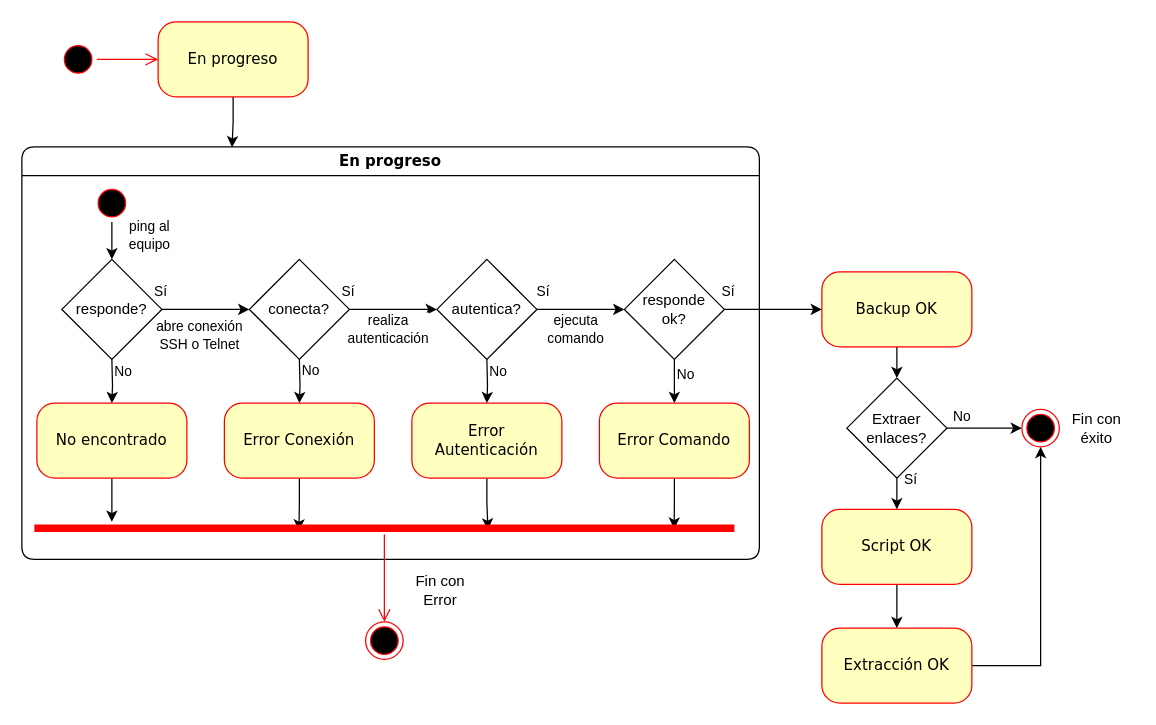
This is conciliation-architecture.drawio from jcperezz/conciliation-docs, a draw.io file, before an edit. Source tidied: cells renumbered, new cells numbered last; positions are measured from the earlier drawing's top-left corner, leaving out a move shared by most shapes. Both pictures are drawn from the tidied source at 125%, with x=0, y=0 at pixel (21, 21).
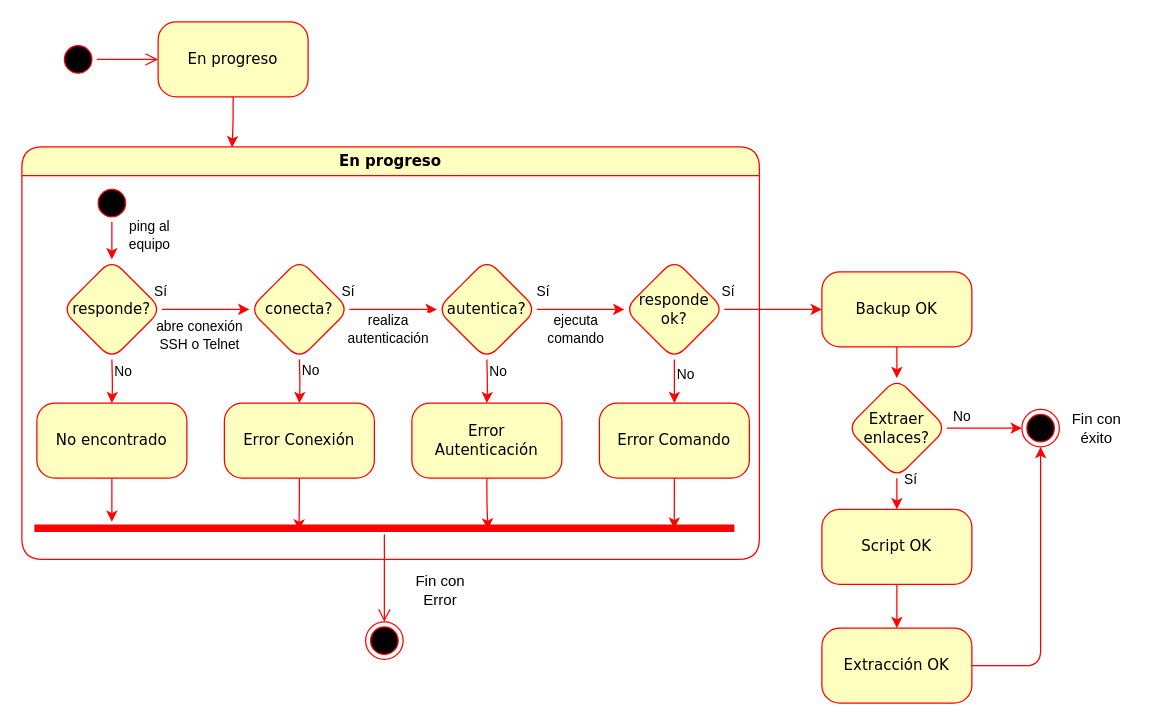
The same diagram, later.

Unchanged cells that the change refers to:
```xml
<mxCell id="2" style="ellipse;html=1;shape=startState;fillColor=#000000;strokeColor=#ff0000;rounded=1;shadow=0;comic=0;labelBackgroundColor=none;fontFamily=Verdana;fontSize=12;fontColor=#000000;align=center;direction=south;" parent="1" vertex="1">
  <mxGeometry x="30" y="15" width="30" height="30" as="geometry" />
</mxCell>
<mxCell id="4" value="Extracción OK" style="rounded=1;whiteSpace=wrap;html=1;arcSize=24;fillColor=#ffffc0;strokeColor=#ff0000;shadow=0;comic=0;labelBackgroundColor=none;fontFamily=Verdana;fontSize=12;fontColor=#000000;align=center;" parent="1" vertex="1">
  <mxGeometry x="640" y="485" width="120" height="60" as="geometry" />
</mxCell>
<mxCell id="6" value="En progreso" style="rounded=1;whiteSpace=wrap;html=1;arcSize=24;fillColor=#ffffc0;strokeColor=#ff0000;shadow=0;comic=0;labelBackgroundColor=none;fontFamily=Verdana;fontSize=12;fontColor=#000000;align=center;" parent="1" vertex="1">
  <mxGeometry x="109" width="120" height="60" as="geometry" />
</mxCell>
<mxCell id="8" value="Backup OK" style="rounded=1;whiteSpace=wrap;html=1;arcSize=24;fillColor=#ffffc0;strokeColor=#ff0000;shadow=0;comic=0;labelBackgroundColor=none;fontFamily=Verdana;fontSize=12;fontColor=#000000;align=center;" parent="1" vertex="1">
  <mxGeometry x="640" y="200" width="120" height="60" as="geometry" />
</mxCell>
<mxCell id="12" style="ellipse;html=1;shape=startState;fillColor=#000000;strokeColor=#ff0000;rounded=1;shadow=0;comic=0;labelBackgroundColor=none;fontFamily=Verdana;fontSize=12;fontColor=#000000;align=center;direction=south;" parent="9" vertex="1">
  <mxGeometry x="57" y="30" width="30" height="30" as="geometry" />
</mxCell>
<mxCell id="35" value="No encontrado" style="rounded=1;whiteSpace=wrap;html=1;arcSize=24;fillColor=#ffffc0;strokeColor=#ff0000;shadow=0;comic=0;labelBackgroundColor=none;fontFamily=Verdana;fontSize=12;fontColor=#000000;align=center;" parent="9" vertex="1">
  <mxGeometry x="12" y="205" width="120" height="60" as="geometry" />
</mxCell>
<mxCell id="37" value="Error Conexión" style="rounded=1;whiteSpace=wrap;html=1;arcSize=24;fillColor=#ffffc0;strokeColor=#ff0000;shadow=0;comic=0;labelBackgroundColor=none;fontFamily=Verdana;fontSize=12;fontColor=#000000;align=center;" parent="9" vertex="1">
  <mxGeometry x="162" y="205" width="120" height="60" as="geometry" />
</mxCell>
<mxCell id="39" value="Error &lt;br&gt;Autenticación" style="rounded=1;whiteSpace=wrap;html=1;arcSize=24;fillColor=#ffffc0;strokeColor=#ff0000;shadow=0;comic=0;labelBackgroundColor=none;fontFamily=Verdana;fontSize=12;fontColor=#000000;align=center;" parent="9" vertex="1">
  <mxGeometry x="312" y="205" width="120" height="60" as="geometry" />
</mxCell>
<mxCell id="41" value="Error Comando" style="rounded=1;whiteSpace=wrap;html=1;arcSize=24;fillColor=#ffffc0;strokeColor=#ff0000;shadow=0;comic=0;labelBackgroundColor=none;fontFamily=Verdana;fontSize=12;fontColor=#000000;align=center;" parent="9" vertex="1">
  <mxGeometry x="462" y="205" width="120" height="60" as="geometry" />
</mxCell>
<mxCell id="42" style="shape=line;html=1;strokeWidth=6;strokeColor=#ff0000;" parent="9" vertex="1">
  <mxGeometry x="10" y="300" width="560" height="10" as="geometry" />
</mxCell>
<mxCell id="45" value="Script OK" style="rounded=1;whiteSpace=wrap;html=1;arcSize=24;fillColor=#ffffc0;strokeColor=#ff0000;shadow=0;comic=0;labelBackgroundColor=none;fontFamily=Verdana;fontSize=12;fontColor=#000000;align=center;" parent="1" vertex="1">
  <mxGeometry x="640" y="390" width="120" height="60" as="geometry" />
</mxCell>
<mxCell id="46" style="ellipse;html=1;shape=endState;fillColor=#000000;strokeColor=#ff0000;rounded=1;shadow=0;comic=0;labelBackgroundColor=none;fontFamily=Verdana;fontSize=12;fontColor=#000000;align=center;" parent="1" vertex="1">
  <mxGeometry x="275" y="480" width="30" height="30" as="geometry" />
</mxCell>
<mxCell id="55" style="ellipse;html=1;shape=endState;fillColor=#000000;strokeColor=#ff0000;rounded=1;shadow=0;comic=0;labelBackgroundColor=none;fontFamily=Verdana;fontSize=12;fontColor=#000000;align=center;" parent="1" vertex="1">
  <mxGeometry x="800" y="310" width="30" height="30" as="geometry" />
</mxCell>
```

The edit, as a diff of the source:
```diff
@@
-    <mxCell id="3" style="edgeStyle=orthogonalEdgeStyle;rounded=0;jettySize=auto;html=1;entryX=0.5;entryY=1;entryDx=0;entryDy=0;" parent="1" edge="1" source="4" target="55">
+    <mxCell id="3" style="edgeStyle=orthogonalEdgeStyle;rounded=1;jettySize=auto;html=1;entryX=0.5;entryY=1;entryDx=0;entryDy=0;fontSize=12;fontFamily=Verdana;fillColor=#ffffc0;strokeColor=#ff0000;fontColor=#000000;arcSize=24;shadow=0;comic=0;labelBackgroundColor=none;" parent="1" edge="1" source="4" target="55">
       <mxGeometry relative="1" as="geometry" />
     </mxCell>
@@
-    <mxCell id="5" style="edgeStyle=orthogonalEdgeStyle;rounded=0;jettySize=auto;html=1;entryX=0.285;entryY=0.001;entryDx=0;entryDy=0;entryPerimeter=0;" parent="1" edge="1" source="6" target="9">
+    <mxCell id="5" style="edgeStyle=orthogonalEdgeStyle;rounded=1;jettySize=auto;html=1;entryX=0.285;entryY=0.001;entryDx=0;entryDy=0;entryPerimeter=0;fontSize=12;fontFamily=Verdana;fillColor=#ffffc0;strokeColor=#ff0000;fontColor=#000000;arcSize=24;shadow=0;comic=0;labelBackgroundColor=none;" parent="1" edge="1" source="6" target="9">
       <mxGeometry relative="1" as="geometry" />
     </mxCell>
@@
-    <mxCell id="7" style="edgeStyle=orthogonalEdgeStyle;rounded=0;jettySize=auto;html=1;" parent="1" edge="1" source="8" target="54">
+    <mxCell id="7" style="edgeStyle=orthogonalEdgeStyle;rounded=1;jettySize=auto;html=1;fontSize=12;fontFamily=Verdana;fillColor=#ffffc0;strokeColor=#ff0000;fontColor=#000000;arcSize=24;shadow=0;comic=0;labelBackgroundColor=none;" parent="1" edge="1" source="8" target="54">
       <mxGeometry relative="1" as="geometry" />
     </mxCell>
@@
-    <mxCell id="9" value="En progreso" style="swimlane;whiteSpace=wrap;html=1;rounded=1;shadow=0;comic=0;labelBackgroundColor=none;strokeWidth=1;fontFamily=Verdana;fontSize=12;align=center;startSize=23;" parent="1" vertex="1">
+    <mxCell id="9" value="En progreso" style="swimlane;whiteSpace=wrap;html=1;rounded=1;shadow=0;comic=0;labelBackgroundColor=none;strokeWidth=1;fontFamily=Verdana;fontSize=12;align=center;startSize=23;fillColor=#ffffc0;strokeColor=#ff0000;fontColor=#000000;arcSize=24;" parent="1" vertex="1">
       <mxGeometry y="100" width="590" height="330" as="geometry" />
     </mxCell>
-    <mxCell id="10" style="edgeStyle=orthogonalEdgeStyle;rounded=0;jettySize=auto;html=1;" parent="9" edge="1" source="12" target="16">
+    <mxCell id="10" style="edgeStyle=orthogonalEdgeStyle;rounded=1;jettySize=auto;html=1;fontSize=12;fontFamily=Verdana;fillColor=#ffffc0;strokeColor=#ff0000;fontColor=#000000;arcSize=24;shadow=0;comic=0;labelBackgroundColor=none;" parent="9" edge="1" source="12" target="16">
       <mxGeometry relative="1" as="geometry" />
     </mxCell>
@@
-    <mxCell id="13" style="edgeStyle=orthogonalEdgeStyle;rounded=0;jettySize=auto;html=1;" parent="9" edge="1" source="16" target="20">
+    <mxCell id="13" style="edgeStyle=orthogonalEdgeStyle;rounded=1;jettySize=auto;html=1;fontSize=12;fontFamily=Verdana;fillColor=#ffffc0;strokeColor=#ff0000;fontColor=#000000;arcSize=24;shadow=0;comic=0;labelBackgroundColor=none;" parent="9" edge="1" source="16" target="20">
       <mxGeometry relative="1" as="geometry" />
     </mxCell>
@@
-    <mxCell id="16" value="responde?" style="rhombus;whiteSpace=wrap;html=1;" parent="9" vertex="1">
+    <mxCell id="16" value="responde?" style="rhombus;whiteSpace=wrap;html=1;fontFamily=Verdana;fillColor=#ffffc0;strokeColor=#ff0000;fontColor=#000000;rounded=1;arcSize=24;shadow=0;comic=0;labelBackgroundColor=none;" parent="9" vertex="1">
       <mxGeometry x="32" y="90" width="80" height="80" as="geometry" />
     </mxCell>
-    <mxCell id="17" style="edgeStyle=orthogonalEdgeStyle;rounded=0;jettySize=auto;html=1;" parent="9" edge="1" source="20" target="24">
+    <mxCell id="17" style="edgeStyle=orthogonalEdgeStyle;rounded=1;jettySize=auto;html=1;fontSize=12;fontFamily=Verdana;fillColor=#ffffc0;strokeColor=#ff0000;fontColor=#000000;arcSize=24;shadow=0;comic=0;labelBackgroundColor=none;" parent="9" edge="1" source="20" target="24">
       <mxGeometry relative="1" as="geometry" />
     </mxCell>
@@
-    <mxCell id="20" value="conecta?" style="rhombus;whiteSpace=wrap;html=1;" parent="9" vertex="1">
+    <mxCell id="20" value="conecta?" style="rhombus;whiteSpace=wrap;html=1;fontFamily=Verdana;fillColor=#ffffc0;strokeColor=#ff0000;fontColor=#000000;rounded=1;arcSize=24;shadow=0;comic=0;labelBackgroundColor=none;" parent="9" vertex="1">
       <mxGeometry x="182" y="90" width="80" height="80" as="geometry" />
     </mxCell>
-    <mxCell id="21" style="edgeStyle=orthogonalEdgeStyle;rounded=0;jettySize=auto;html=1;" parent="9" edge="1" source="24" target="27">
+    <mxCell id="21" style="edgeStyle=orthogonalEdgeStyle;rounded=1;jettySize=auto;html=1;fontSize=12;fontFamily=Verdana;fillColor=#ffffc0;strokeColor=#ff0000;fontColor=#000000;arcSize=24;shadow=0;comic=0;labelBackgroundColor=none;" parent="9" edge="1" source="24" target="27">
       <mxGeometry relative="1" as="geometry" />
     </mxCell>
@@
-    <mxCell id="24" value="autentica?" style="rhombus;whiteSpace=wrap;html=1;" parent="9" vertex="1">
+    <mxCell id="24" value="autentica?" style="rhombus;whiteSpace=wrap;html=1;fontFamily=Verdana;fillColor=#ffffc0;strokeColor=#ff0000;fontColor=#000000;rounded=1;arcSize=24;shadow=0;comic=0;labelBackgroundColor=none;" parent="9" vertex="1">
       <mxGeometry x="332" y="90" width="80" height="80" as="geometry" />
     </mxCell>
-    <mxCell id="25" style="edgeStyle=orthogonalEdgeStyle;rounded=0;jettySize=auto;html=1;" parent="9" edge="1" source="27" target="41">
+    <mxCell id="25" style="edgeStyle=orthogonalEdgeStyle;rounded=1;jettySize=auto;html=1;fontSize=12;fontFamily=Verdana;fillColor=#ffffc0;strokeColor=#ff0000;fontColor=#000000;arcSize=24;shadow=0;comic=0;labelBackgroundColor=none;" parent="9" edge="1" source="27" target="41">
       <mxGeometry relative="1" as="geometry" />
     </mxCell>
@@
-    <mxCell id="27" value="responde&lt;br&gt;ok?" style="rhombus;whiteSpace=wrap;html=1;" parent="9" vertex="1">
+    <mxCell id="27" value="responde&lt;br&gt;ok?" style="rhombus;whiteSpace=wrap;html=1;fontFamily=Verdana;fillColor=#ffffc0;strokeColor=#ff0000;fontColor=#000000;rounded=1;arcSize=24;shadow=0;comic=0;labelBackgroundColor=none;" parent="9" vertex="1">
       <mxGeometry x="482" y="90" width="80" height="80" as="geometry" />
     </mxCell>
-    <mxCell id="28" style="edgeStyle=orthogonalEdgeStyle;rounded=0;jettySize=auto;html=1;" parent="9" edge="1" target="35">
+    <mxCell id="28" style="edgeStyle=orthogonalEdgeStyle;rounded=1;jettySize=auto;html=1;fontSize=12;fontFamily=Verdana;fillColor=#ffffc0;strokeColor=#ff0000;fontColor=#000000;arcSize=24;shadow=0;comic=0;labelBackgroundColor=none;" parent="9" edge="1" target="35">
       <mxGeometry relative="1" as="geometry">
         <mxPoint x="72" y="170" as="sourcePoint" />
       </mxGeometry>
     </mxCell>
@@
-    <mxCell id="30" style="edgeStyle=orthogonalEdgeStyle;rounded=0;jettySize=auto;html=1;" parent="9" edge="1" target="37">
+    <mxCell id="30" style="edgeStyle=orthogonalEdgeStyle;rounded=1;jettySize=auto;html=1;fontSize=12;fontFamily=Verdana;fillColor=#ffffc0;strokeColor=#ff0000;fontColor=#000000;arcSize=24;shadow=0;comic=0;labelBackgroundColor=none;" parent="9" edge="1" target="37">
       <mxGeometry relative="1" as="geometry">
         <mxPoint x="222" y="170" as="sourcePoint" />
       </mxGeometry>
     </mxCell>
@@
-    <mxCell id="32" style="edgeStyle=orthogonalEdgeStyle;rounded=0;jettySize=auto;html=1;" parent="9" edge="1" target="39">
+    <mxCell id="32" style="edgeStyle=orthogonalEdgeStyle;rounded=1;jettySize=auto;html=1;fontSize=12;fontFamily=Verdana;fillColor=#ffffc0;strokeColor=#ff0000;fontColor=#000000;arcSize=24;shadow=0;comic=0;labelBackgroundColor=none;" parent="9" edge="1" target="39">
       <mxGeometry relative="1" as="geometry">
         <mxPoint x="372" y="170" as="sourcePoint" />
       </mxGeometry>
     </mxCell>
@@
-    <mxCell id="34" style="edgeStyle=orthogonalEdgeStyle;rounded=0;jettySize=auto;html=1;" parent="9" edge="1" source="35" target="42">
+    <mxCell id="34" style="edgeStyle=orthogonalEdgeStyle;rounded=1;jettySize=auto;html=1;fontSize=12;fontFamily=Verdana;fillColor=#ffffc0;strokeColor=#ff0000;fontColor=#000000;arcSize=24;shadow=0;comic=0;labelBackgroundColor=none;" parent="9" edge="1" source="35" target="42">
       <mxGeometry relative="1" as="geometry">
         <Array as="points">
           <mxPoint x="72" y="285" />
           <mxPoint x="72" y="285" />
         </Array>
       </mxGeometry>
     </mxCell>
@@
-    <mxCell id="36" style="edgeStyle=orthogonalEdgeStyle;rounded=0;jettySize=auto;html=1;entryX=0.378;entryY=0.683;entryDx=0;entryDy=0;entryPerimeter=0;" parent="9" edge="1" source="37" target="42">
+    <mxCell id="36" style="edgeStyle=orthogonalEdgeStyle;rounded=1;jettySize=auto;html=1;entryX=0.378;entryY=0.683;entryDx=0;entryDy=0;entryPerimeter=0;fontSize=12;fontFamily=Verdana;fillColor=#ffffc0;strokeColor=#ff0000;fontColor=#000000;arcSize=24;shadow=0;comic=0;labelBackgroundColor=none;" parent="9" edge="1" source="37" target="42">
       <mxGeometry relative="1" as="geometry" />
     </mxCell>
@@
-    <mxCell id="38" style="edgeStyle=orthogonalEdgeStyle;rounded=0;jettySize=auto;html=1;entryX=0.648;entryY=0.614;entryDx=0;entryDy=0;entryPerimeter=0;" parent="9" edge="1" source="39" target="42">
+    <mxCell id="38" style="edgeStyle=orthogonalEdgeStyle;rounded=1;jettySize=auto;html=1;entryX=0.648;entryY=0.614;entryDx=0;entryDy=0;entryPerimeter=0;fontSize=12;fontFamily=Verdana;fillColor=#ffffc0;strokeColor=#ff0000;fontColor=#000000;arcSize=24;shadow=0;comic=0;labelBackgroundColor=none;" parent="9" edge="1" source="39" target="42">
       <mxGeometry relative="1" as="geometry" />
     </mxCell>
@@
-    <mxCell id="40" style="edgeStyle=orthogonalEdgeStyle;rounded=0;jettySize=auto;html=1;entryX=0.914;entryY=0.545;entryDx=0;entryDy=0;entryPerimeter=0;" parent="9" edge="1" source="41" target="42">
+    <mxCell id="40" style="edgeStyle=orthogonalEdgeStyle;rounded=1;jettySize=auto;html=1;entryX=0.914;entryY=0.545;entryDx=0;entryDy=0;entryPerimeter=0;fontSize=12;fontFamily=Verdana;fillColor=#ffffc0;strokeColor=#ff0000;fontColor=#000000;arcSize=24;shadow=0;comic=0;labelBackgroundColor=none;" parent="9" edge="1" source="41" target="42">
       <mxGeometry relative="1" as="geometry" />
     </mxCell>
@@
-    <mxCell id="43" style="edgeStyle=orthogonalEdgeStyle;html=1;labelBackgroundColor=none;endArrow=open;endSize=8;strokeColor=#ff0000;fontFamily=Verdana;fontSize=12;align=left;" parent="1" edge="1" source="2" target="6">
+    <mxCell id="43" style="edgeStyle=orthogonalEdgeStyle;html=1;labelBackgroundColor=none;endArrow=open;endSize=8;strokeColor=#ff0000;fontFamily=Verdana;fontSize=12;align=center;fillColor=#ffffc0;fontColor=#000000;arcSize=24;shadow=0;comic=0;" parent="1" edge="1" source="2" target="6">
       <mxGeometry relative="1" as="geometry" />
     </mxCell>
-    <mxCell id="44" style="edgeStyle=orthogonalEdgeStyle;rounded=0;jettySize=auto;html=1;" parent="1" edge="1" source="45" target="4">
+    <mxCell id="44" style="edgeStyle=orthogonalEdgeStyle;rounded=1;jettySize=auto;html=1;fontSize=12;fontFamily=Verdana;fillColor=#ffffc0;strokeColor=#ff0000;fontColor=#000000;arcSize=24;shadow=0;comic=0;labelBackgroundColor=none;" parent="1" edge="1" source="45" target="4">
       <mxGeometry relative="1" as="geometry" />
     </mxCell>
@@
-    <mxCell id="47" style="edgeStyle=orthogonalEdgeStyle;html=1;verticalAlign=bottom;endArrow=open;endSize=8;strokeColor=#ff0000;rounded=0;entryX=0.5;entryY=0;entryDx=0;entryDy=0;" parent="1" edge="1" source="42" target="46">
+    <mxCell id="47" style="edgeStyle=orthogonalEdgeStyle;html=1;verticalAlign=middle;endArrow=open;endSize=8;strokeColor=#ff0000;rounded=1;entryX=0.5;entryY=0;entryDx=0;entryDy=0;fontSize=12;fontFamily=Verdana;fillColor=#ffffc0;fontColor=#000000;arcSize=24;shadow=0;comic=0;labelBackgroundColor=none;" parent="1" edge="1" source="42" target="46">
       <mxGeometry relative="1" as="geometry" />
     </mxCell>
-    <mxCell id="48" style="edgeStyle=orthogonalEdgeStyle;rounded=0;jettySize=auto;html=1;" parent="1" edge="1" source="27" target="8">
+    <mxCell id="48" style="edgeStyle=orthogonalEdgeStyle;rounded=1;jettySize=auto;html=1;fontSize=12;fontFamily=Verdana;fillColor=#ffffc0;strokeColor=#ff0000;fontColor=#000000;arcSize=24;shadow=0;comic=0;labelBackgroundColor=none;" parent="1" edge="1" source="27" target="8">
       <mxGeometry relative="1" as="geometry" />
     </mxCell>
@@
-    <mxCell id="50" style="edgeStyle=orthogonalEdgeStyle;rounded=0;jettySize=auto;html=1;" parent="1" edge="1" source="54" target="45">
+    <mxCell id="50" style="edgeStyle=orthogonalEdgeStyle;rounded=1;jettySize=auto;html=1;fontSize=12;fontFamily=Verdana;fillColor=#ffffc0;strokeColor=#ff0000;fontColor=#000000;arcSize=24;shadow=0;comic=0;labelBackgroundColor=none;" parent="1" edge="1" source="54" target="45">
       <mxGeometry relative="1" as="geometry" />
     </mxCell>
-    <mxCell id="51" style="edgeStyle=orthogonalEdgeStyle;rounded=0;jettySize=auto;html=1;" parent="1" edge="1" source="54" target="55">
+    <mxCell id="51" style="edgeStyle=orthogonalEdgeStyle;rounded=1;jettySize=auto;html=1;fontSize=12;fontFamily=Verdana;fillColor=#ffffc0;strokeColor=#ff0000;fontColor=#000000;arcSize=24;shadow=0;comic=0;labelBackgroundColor=none;" parent="1" edge="1" source="54" target="55">
       <mxGeometry relative="1" as="geometry">
         <Array as="points">
           <mxPoint x="760" y="325" />
           <mxPoint x="760" y="325" />
         </Array>
       </mxGeometry>
     </mxCell>
@@
-    <mxCell id="54" value="Extraer enlaces?" style="rhombus;whiteSpace=wrap;html=1;" parent="1" vertex="1">
+    <mxCell id="54" value="Extraer enlaces?" style="rhombus;whiteSpace=wrap;html=1;fontFamily=Verdana;fillColor=#ffffc0;strokeColor=#ff0000;fontColor=#000000;rounded=1;arcSize=24;shadow=0;comic=0;labelBackgroundColor=none;" parent="1" vertex="1">
       <mxGeometry x="660" y="285" width="80" height="80" as="geometry" />
     </mxCell>
```
